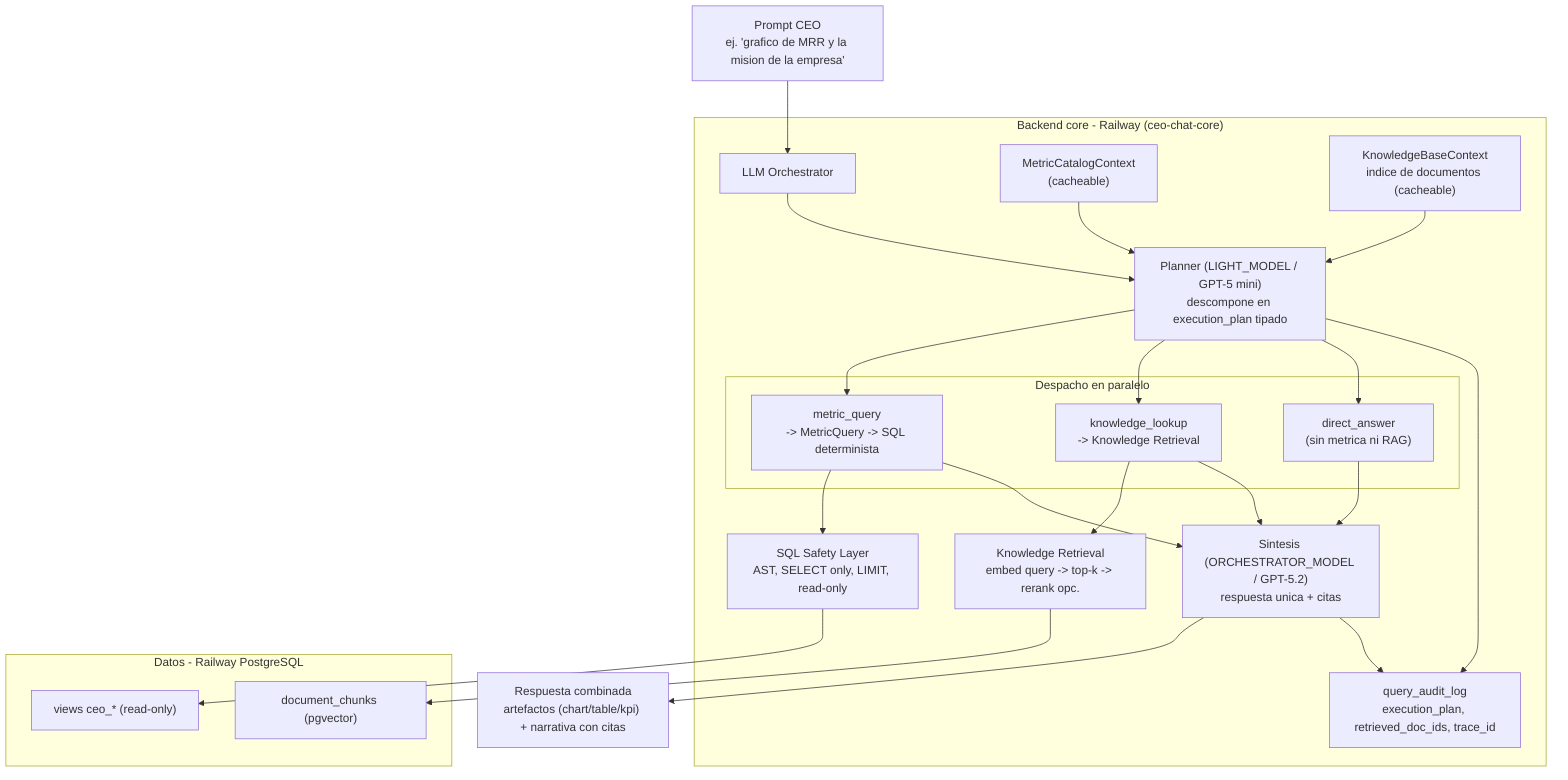
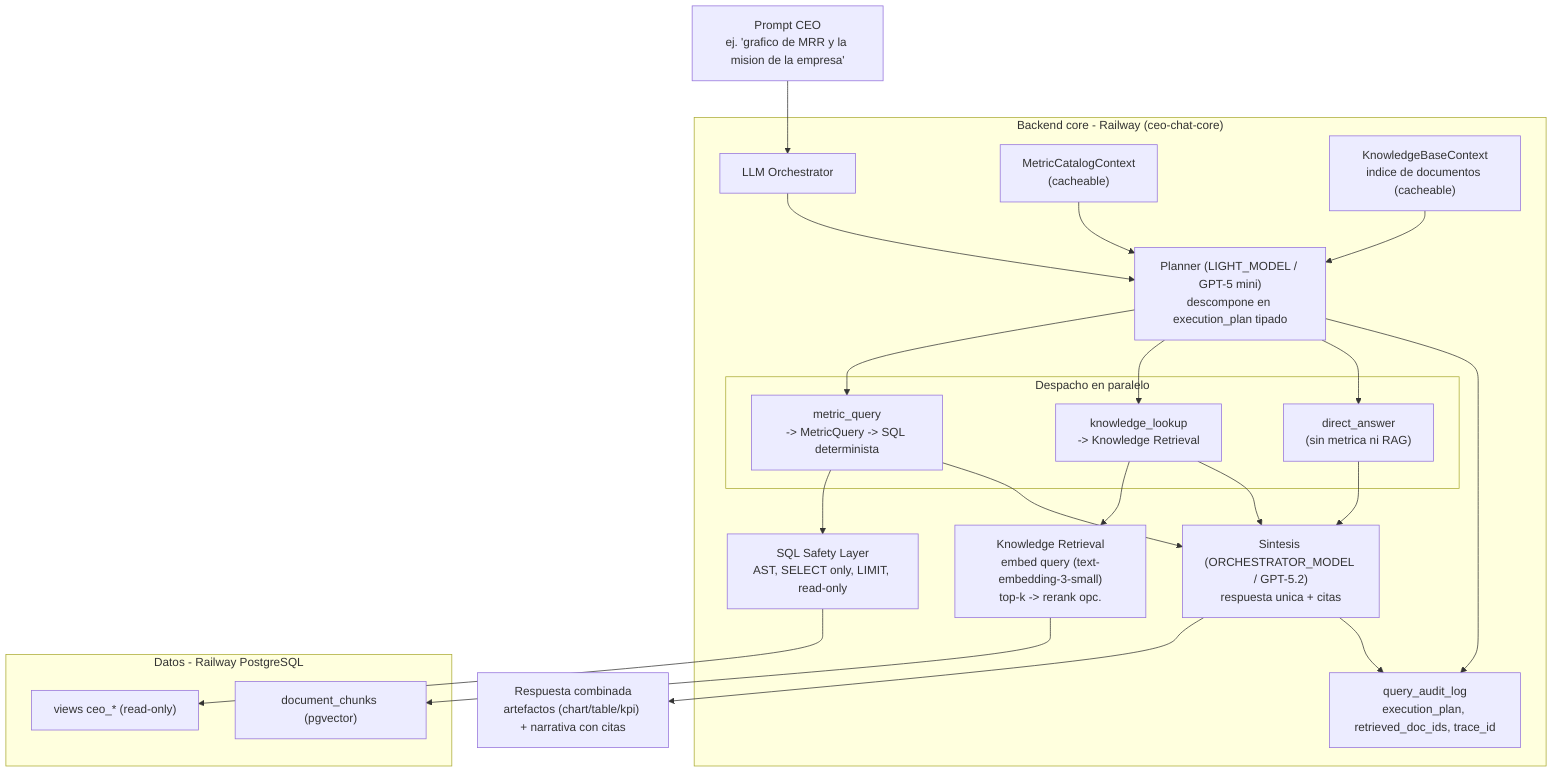
%% Orquestacion multi-intencion (ADR-0008): un prompt puede pedir metrica + conocimiento
%% y ambas vuelven en una sola respuesta. Planner estructurado -> despacho paralelo -> sintesis.
flowchart TD
  Question["Prompt CEO\nej. 'grafico de MRR y la mision de la empresa'"]

  subgraph core["Backend core - Railway (ceo-chat-core)"]
    Orch["LLM Orchestrator"]
    Planner["Planner (LIGHT_MODEL / GPT-5 mini)\ndescompone en execution_plan tipado"]
    MetricCtx["MetricCatalogContext\n(cacheable)"]
    KnowCtx["KnowledgeBaseContext\nindice de documentos (cacheable)"]

    subgraph dispatch["Despacho en paralelo"]
      MetricTask["metric_query\n-> MetricQuery -> SQL determinista"]
      KnowTask["knowledge_lookup\n-> Knowledge Retrieval"]
      DirectTask["direct_answer\n(sin metrica ni RAG)"]
    end

    Safety["SQL Safety Layer\nAST, SELECT only, LIMIT, read-only"]
-     Retrieval["Knowledge Retrieval\nembed query -> top-k -> rerank opc."]
+     Retrieval["Knowledge Retrieval\nembed query (text-embedding-3-small)\ntop-k -> rerank opc."]
    Synth["Sintesis (ORCHESTRATOR_MODEL / GPT-5.2)\nrespuesta unica + citas"]
    Audit["query_audit_log\nexecution_plan, retrieved_doc_ids, trace_id"]
  end

  subgraph data["Datos - Railway PostgreSQL"]
    Views["views ceo_* (read-only)"]
    Vectors["document_chunks (pgvector)"]
  end

  Response["Respuesta combinada\nartefactos (chart/table/kpi) + narrativa con citas"]

  Question --> Orch
  Orch --> Planner
  MetricCtx --> Planner
  KnowCtx --> Planner
  Planner --> MetricTask
  Planner --> KnowTask
  Planner --> DirectTask
  MetricTask --> Safety
  Safety --> Views
  KnowTask --> Retrieval
  Retrieval --> Vectors
  MetricTask --> Synth
  KnowTask --> Synth
  DirectTask --> Synth
  Synth --> Response
  Synth --> Audit
  Planner --> Audit
